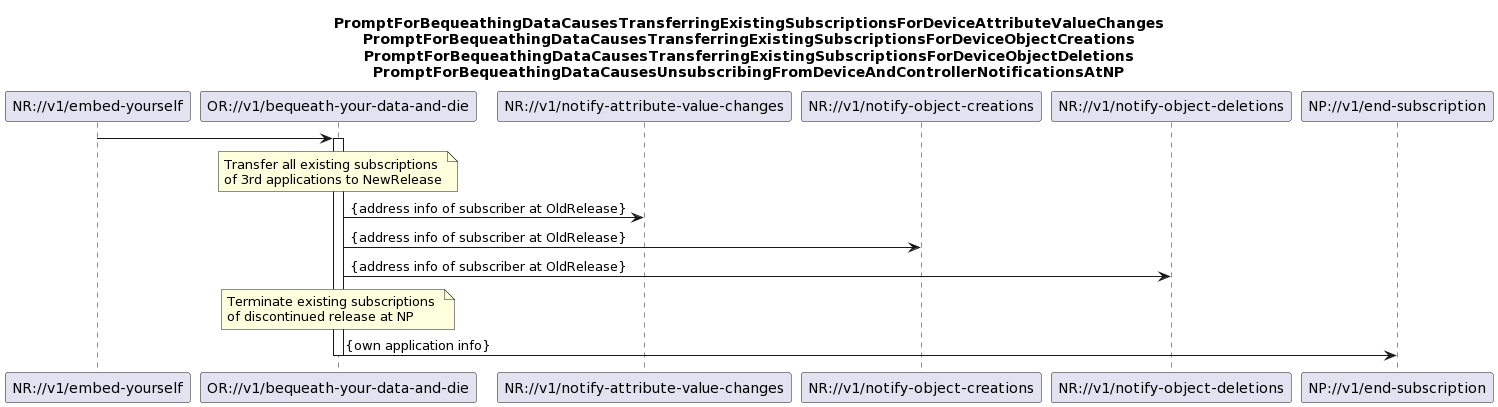
The PlantUML diagram spec/diagrams/09x_BequeathYourDataAndDie.png in openBackhaul/MicroWaveDeviceInventory, before a commit. Source of this version:
```plantuml
@startuml
skinparam responseMessageBelowArrow true

title
PromptForBequeathingDataCausesTransferringExistingSubscriptionsForDeviceAttributeValueChanges
PromptForBequeathingDataCausesTransferringExistingSubscriptionsForDeviceObjectCreations
PromptForBequeathingDataCausesTransferringExistingSubscriptionsForDeviceObjectDeletions
PromptForBequeathingDataCausesUnsubscribingFromDeviceAndControllerNotificationsAtNP
end title

participant "NR://v1/embed-yourself" as NewRelease
participant "OR://v1/bequeath-your-data-and-die" as OldRelease
participant "NR://v1/notify-attribute-value-changes" as notifyAttributeChange
participant "NR://v1/notify-object-creations" as notifyObjectCreation
participant "NR://v1/notify-object-deletions" as notifyObjectDeletion
participant "NP://v1/end-subscription" as endSubsriptionAtNp

NewRelease -> OldRelease
activate OldRelease

note over OldRelease
Transfer all existing subscriptions
of 3rd applications to NewRelease
end note
OldRelease -> notifyAttributeChange: {address info of subscriber at OldRelease}
OldRelease -> notifyObjectCreation: {address info of subscriber at OldRelease}
OldRelease -> notifyObjectDeletion: {address info of subscriber at OldRelease}

note over OldRelease
Terminate existing subscriptions
of discontinued release at NP
end note
OldRelease -> endSubsriptionAtNp: {own application info}

deactivate OldRelease
@enduml
```
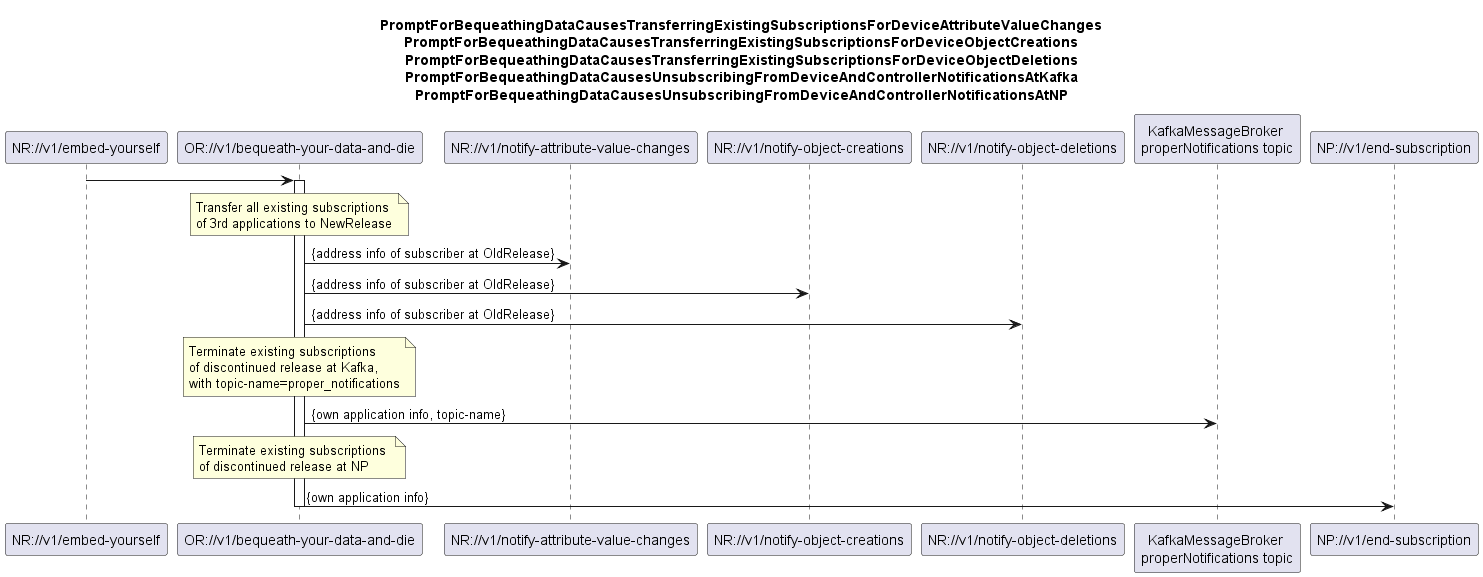
The same diagram one commit later.

Diff of the diagram source:
```diff
@@ -1,10 +1,11 @@
-@startuml
+@startuml 09x_BequeathYourDataAndDie
 skinparam responseMessageBelowArrow true
 
 title
 PromptForBequeathingDataCausesTransferringExistingSubscriptionsForDeviceAttributeValueChanges
 PromptForBequeathingDataCausesTransferringExistingSubscriptionsForDeviceObjectCreations
 PromptForBequeathingDataCausesTransferringExistingSubscriptionsForDeviceObjectDeletions
+PromptForBequeathingDataCausesUnsubscribingFromDeviceAndControllerNotificationsAtKafka
 PromptForBequeathingDataCausesUnsubscribingFromDeviceAndControllerNotificationsAtNP
 end title
 
@@ -13,6 +14,7 @@
 participant "NR://v1/notify-attribute-value-changes" as notifyAttributeChange
 participant "NR://v1/notify-object-creations" as notifyObjectCreation
 participant "NR://v1/notify-object-deletions" as notifyObjectDeletion
+participant "KafkaMessageBroker \nproperNotifications topic" as endSubsriptionAtKafka
 participant "NP://v1/end-subscription" as endSubsriptionAtNp
 
 NewRelease -> OldRelease
@@ -28,9 +30,18 @@
 
 note over OldRelease
 Terminate existing subscriptions
+of discontinued release at Kafka,
+with topic-name=proper_notifications
+end note
+OldRelease -> endSubsriptionAtKafka: {own application info, topic-name}
+
+note over OldRelease
+Terminate existing subscriptions
 of discontinued release at NP
 end note
 OldRelease -> endSubsriptionAtNp: {own application info}
 
+
 deactivate OldRelease
+
 @enduml
```
